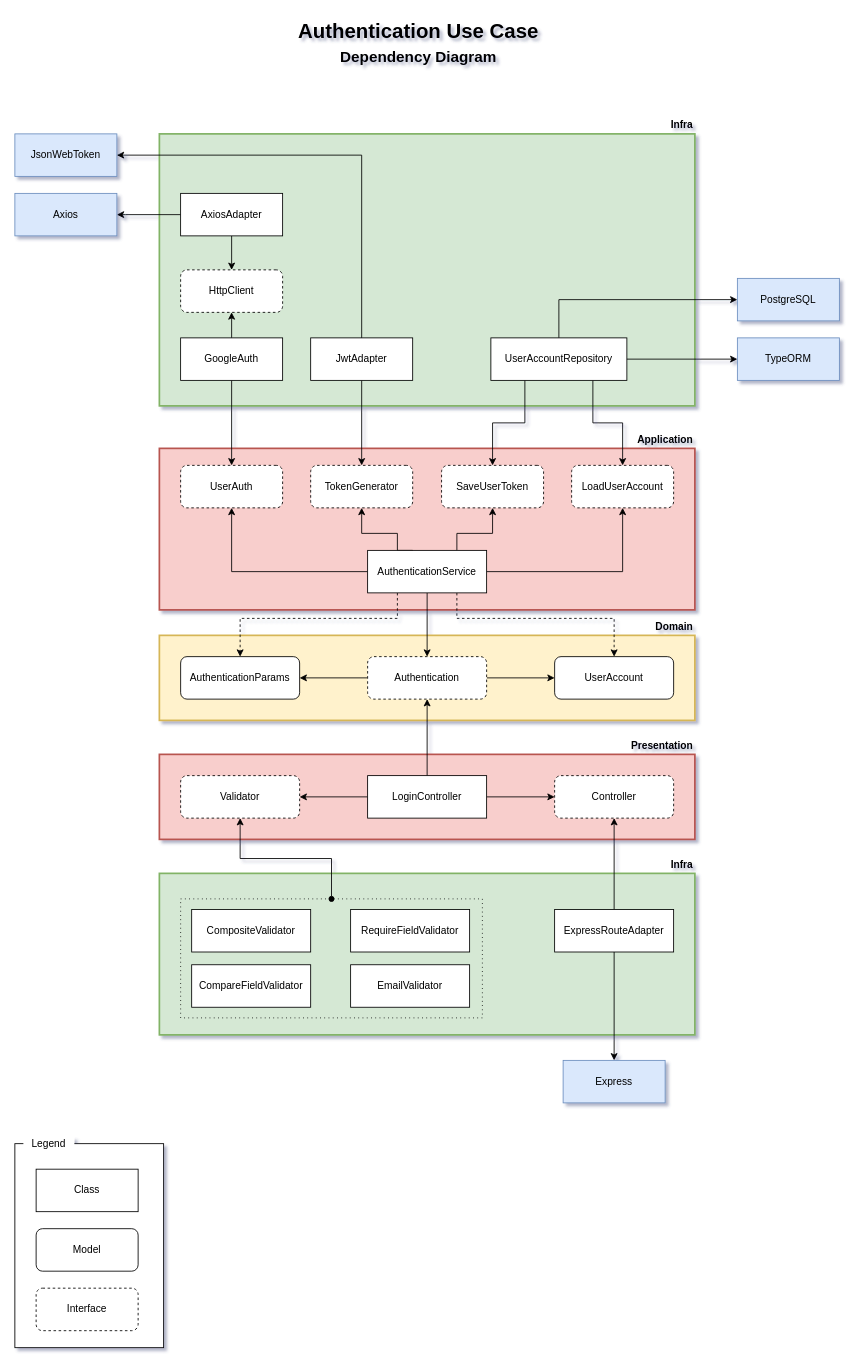
The draw.io diagram page "authentication-clean" (1 of 2) of elections-ahead/docs/authentication/authentication.drawio in uespi-phb/tec2-20242, before the edit. Source tidied: cells renumbered, new cells numbered last; positions are measured from the earlier drawing's top-left corner, leaving out a move shared by most shapes. Both pictures are drawn from the tidied source at 85%, with x=0, y=0 at pixel (14, 14).
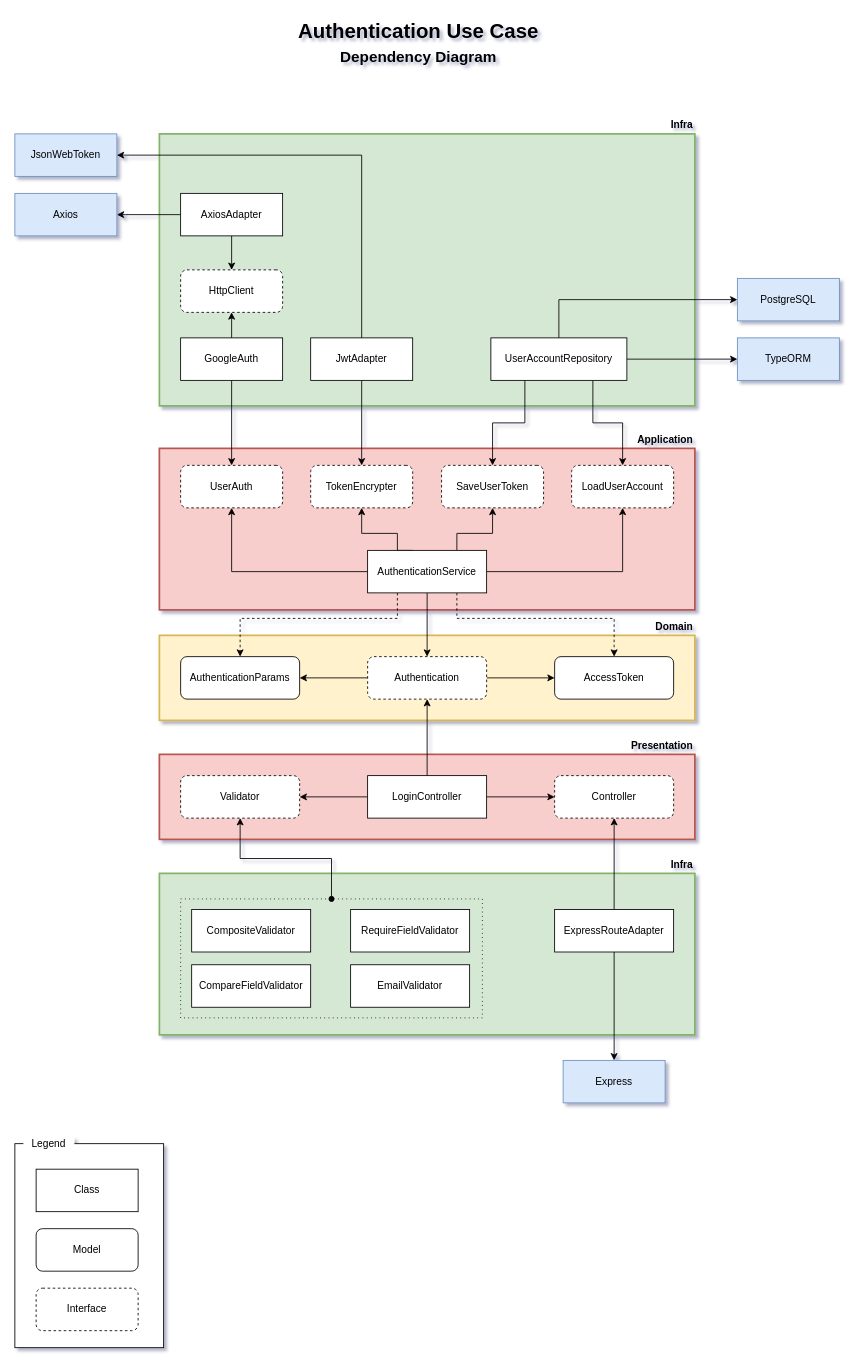
After the change.

Diff of the diagram source:
```diff
@@
-    <mxCell id="9" value="UserAccount" style="rounded=1;whiteSpace=wrap;html=1;glass=0;shadow=0;" parent="1" vertex="1">
+    <mxCell id="9" value="AccessToken" style="rounded=1;whiteSpace=wrap;html=1;glass=0;shadow=0;" parent="1" vertex="1">
       <mxGeometry x="635" y="755" width="140" height="50" as="geometry" />
     </mxCell>
@@
-    <mxCell id="28" value="TokenGenerator" style="rounded=1;whiteSpace=wrap;html=1;dashed=1;flipH=1;" parent="1" vertex="1">
+    <mxCell id="28" value="TokenEncrypter" style="rounded=1;whiteSpace=wrap;html=1;dashed=1;flipH=1;" parent="1" vertex="1">
       <mxGeometry x="348" y="530" width="120" height="50" as="geometry" />
     </mxCell>
```
